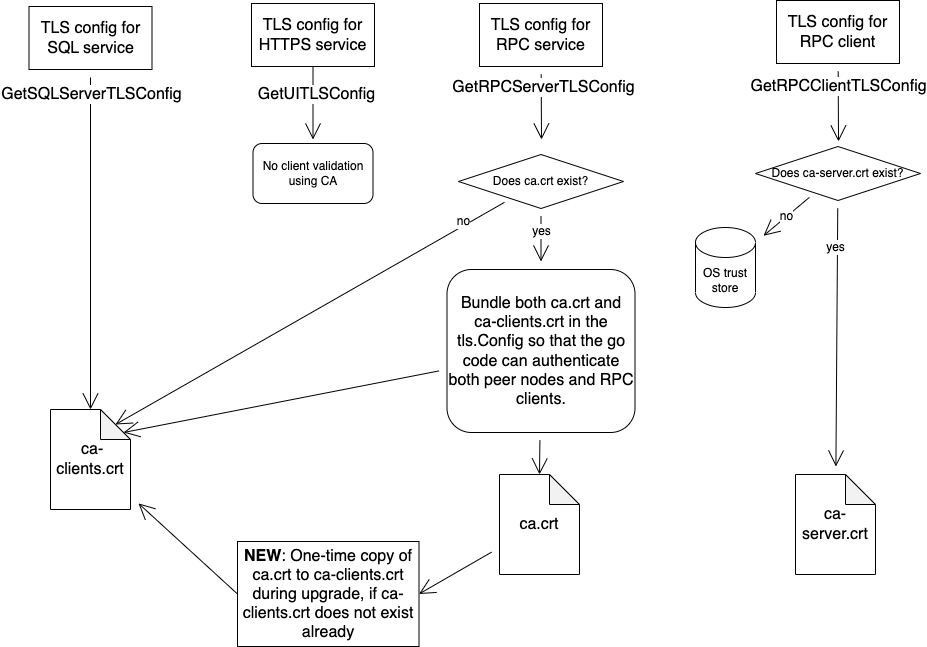
Above: docs/RFCS/20221124_split_tls/ca_certs.png in cockroachdb/cockroach (draw.io), before the change. Source tidied: cells renumbered, new cells last; positions are measured from the earlier drawing's top-left corner, leaving out a move shared by most shapes. Source of this version:
```xml
<mxGraphModel>
  <root>
    <mxCell id="0" />
    <mxCell id="1" parent="0" />
    <mxCell id="2" value="TLS config for SQL service" style="rounded=0;whiteSpace=wrap;html=1;fontSize=16;" parent="1" vertex="1">
      <mxGeometry x="0.5" y="6" width="123" height="63" as="geometry" />
    </mxCell>
    <mxCell id="3" value="&amp;nbsp;ca-clients.crt" style="shape=note;whiteSpace=wrap;html=1;backgroundOutline=1;darkOpacity=0.05;fontSize=16;" parent="1" vertex="1">
      <mxGeometry x="22" y="409" width="80" height="100" as="geometry" />
    </mxCell>
    <mxCell id="4" style="edgeStyle=none;jettySize=auto;html=1;rounded=0;fontSize=12;endArrow=open;startSize=14;endSize=14;sourcePerimeterSpacing=8;targetPerimeterSpacing=8;curved=1;entryX=0.5;entryY=0;entryDx=0;entryDy=0;entryPerimeter=0;" parent="1" edge="1" source="2" target="3">
      <mxGeometry relative="1" as="geometry" />
    </mxCell>
    <mxCell id="5" value="GetSQLServerTLSConfig" style="edgeLabel;html=1;align=center;verticalAlign=middle;fontSize=16;" parent="4" vertex="1">
      <mxGeometry x="-0.78" y="-1" relative="1" as="geometry">
        <mxPoint x="1" y="-20" as="offset" />
      </mxGeometry>
    </mxCell>
    <mxCell id="6" style="edgeStyle=none;curved=1;rounded=0;jettySize=auto;html=1;exitX=0.5;exitY=1;exitDx=0;exitDy=0;fontSize=12;endArrow=open;startSize=14;endSize=14;sourcePerimeterSpacing=8;targetPerimeterSpacing=8;" parent="1" edge="1" source="8">
      <mxGeometry relative="1" as="geometry">
        <mxPoint x="284.5" y="139" as="targetPoint" />
      </mxGeometry>
    </mxCell>
    <mxCell id="7" value="GetUITLSConfig" style="edgeLabel;html=1;align=center;verticalAlign=middle;fontSize=16;" parent="6" vertex="1">
      <mxGeometry x="-0.26" y="3" relative="1" as="geometry" />
    </mxCell>
    <mxCell id="8" value="TLS config for HTTPS service" style="rounded=0;whiteSpace=wrap;html=1;fontSize=16;" parent="1" vertex="1">
      <mxGeometry x="223" y="3" width="123" height="63" as="geometry" />
    </mxCell>
    <mxCell id="9" style="edgeStyle=none;curved=1;rounded=0;jettySize=auto;html=1;fontSize=12;endArrow=open;startSize=14;endSize=14;sourcePerimeterSpacing=8;targetPerimeterSpacing=8;" parent="1" edge="1" source="11">
      <mxGeometry relative="1" as="geometry">
        <mxPoint x="513" y="139" as="targetPoint" />
      </mxGeometry>
    </mxCell>
    <mxCell id="10" value="GetRPCServerTLSConfig" style="edgeLabel;html=1;align=center;verticalAlign=middle;fontSize=16;" parent="9" vertex="1">
      <mxGeometry x="-0.6" y="2" relative="1" as="geometry" />
    </mxCell>
    <mxCell id="11" value="TLS config for RPC service" style="rounded=0;whiteSpace=wrap;html=1;fontSize=16;" parent="1" vertex="1">
      <mxGeometry x="451" y="3" width="123" height="63" as="geometry" />
    </mxCell>
    <mxCell id="12" style="edgeStyle=none;curved=1;rounded=0;jettySize=auto;html=1;entryX=1;entryY=0.5;entryDx=0;entryDy=0;fontSize=12;endArrow=open;startSize=14;endSize=14;sourcePerimeterSpacing=8;targetPerimeterSpacing=8;" parent="1" edge="1" source="13" target="17">
      <mxGeometry relative="1" as="geometry" />
    </mxCell>
    <mxCell id="13" value="ca.crt" style="shape=note;whiteSpace=wrap;html=1;backgroundOutline=1;darkOpacity=0.05;fontSize=16;" parent="1" vertex="1">
      <mxGeometry x="471" y="474" width="80" height="100" as="geometry" />
    </mxCell>
    <mxCell id="14" style="edgeStyle=none;curved=1;rounded=0;jettySize=auto;html=1;entryX=0.913;entryY=0.23;entryDx=0;entryDy=0;entryPerimeter=0;fontSize=12;endArrow=open;startSize=14;endSize=14;sourcePerimeterSpacing=8;targetPerimeterSpacing=8;" parent="1" edge="1" source="15" target="3">
      <mxGeometry relative="1" as="geometry" />
    </mxCell>
    <mxCell id="15" value="Bundle both ca.crt and ca-clients.crt in the tls.Config so that the go code can authenticate both peer nodes and RPC clients." style="rounded=1;whiteSpace=wrap;html=1;fontSize=16;" parent="1" vertex="1">
      <mxGeometry x="418.5" y="269" width="188" height="163" as="geometry" />
    </mxCell>
    <mxCell id="16" style="edgeStyle=none;curved=1;rounded=0;jettySize=auto;html=1;fontSize=12;endArrow=open;startSize=14;endSize=14;sourcePerimeterSpacing=8;targetPerimeterSpacing=8;exitX=0;exitY=0.5;exitDx=0;exitDy=0;" parent="1" edge="1" source="17" target="3">
      <mxGeometry relative="1" as="geometry" />
    </mxCell>
    <mxCell id="17" value="&lt;b&gt;NEW&lt;/b&gt;: One-time copy of ca.crt to ca-clients.crt during upgrade, if ca-clients.crt does not exist already" style="rounded=0;whiteSpace=wrap;html=1;fontSize=16;" parent="1" vertex="1">
      <mxGeometry x="209" y="541" width="181.5" height="105" as="geometry" />
    </mxCell>
    <mxCell id="18" value="No client validation using CA" style="rounded=1;whiteSpace=wrap;html=1;" parent="1" vertex="1">
      <mxGeometry x="224.5" y="143" width="120" height="60" as="geometry" />
    </mxCell>
    <mxCell id="19" style="edgeStyle=none;shape=connector;curved=1;rounded=0;jettySize=auto;html=1;labelBackgroundColor=default;strokeColor=default;fontFamily=Helvetica;fontSize=12;fontColor=default;endArrow=open;startSize=14;endSize=14;sourcePerimeterSpacing=8;targetPerimeterSpacing=8;" parent="1" edge="1" source="21">
      <mxGeometry relative="1" as="geometry">
        <mxPoint x="810" y="141" as="targetPoint" />
      </mxGeometry>
    </mxCell>
    <mxCell id="20" value="&lt;span style=&quot;font-size: 16px;&quot;&gt;GetRPCClientTLSConfig&lt;/span&gt;" style="edgeLabel;html=1;align=center;verticalAlign=middle;fontSize=12;fontFamily=Helvetica;fontColor=default;" parent="19" vertex="1">
      <mxGeometry x="-0.86" y="1" relative="1" as="geometry">
        <mxPoint x="-1" y="10" as="offset" />
      </mxGeometry>
    </mxCell>
    <mxCell id="21" value="TLS config for RPC client" style="rounded=0;whiteSpace=wrap;html=1;fontSize=16;" parent="1" vertex="1">
      <mxGeometry x="748" width="123" height="63" as="geometry" />
    </mxCell>
    <mxCell id="22" value="ca-server.crt" style="shape=note;whiteSpace=wrap;html=1;backgroundOutline=1;darkOpacity=0.05;fontSize=16;" parent="1" vertex="1">
      <mxGeometry x="767" y="474" width="80" height="100" as="geometry" />
    </mxCell>
    <mxCell id="23" style="edgeStyle=none;shape=connector;curved=1;rounded=0;jettySize=auto;html=1;entryX=0.5;entryY=0;entryDx=0;entryDy=0;entryPerimeter=0;labelBackgroundColor=default;strokeColor=default;fontFamily=Helvetica;fontSize=12;fontColor=default;endArrow=open;startSize=14;endSize=14;sourcePerimeterSpacing=8;targetPerimeterSpacing=8;" parent="1" edge="1" source="15" target="13">
      <mxGeometry relative="1" as="geometry" />
    </mxCell>
    <mxCell id="24" value="yes" style="edgeStyle=none;shape=connector;curved=1;rounded=0;jettySize=auto;html=1;labelBackgroundColor=default;strokeColor=default;fontFamily=Helvetica;fontSize=12;fontColor=default;endArrow=open;startSize=14;endSize=14;sourcePerimeterSpacing=8;targetPerimeterSpacing=8;" parent="1" edge="1" source="27" target="15">
      <mxGeometry x="-0.33" relative="1" as="geometry" />
    </mxCell>
    <mxCell id="25" style="edgeStyle=none;shape=connector;curved=1;rounded=0;jettySize=auto;html=1;entryX=0;entryY=0;entryDx=65;entryDy=15;entryPerimeter=0;labelBackgroundColor=default;strokeColor=default;fontFamily=Helvetica;fontSize=12;fontColor=default;endArrow=open;startSize=14;endSize=14;sourcePerimeterSpacing=8;targetPerimeterSpacing=8;" parent="1" edge="1" source="27" target="3">
      <mxGeometry relative="1" as="geometry" />
    </mxCell>
    <mxCell id="26" value="no" style="edgeLabel;html=1;align=center;verticalAlign=middle;fontSize=12;fontFamily=Helvetica;fontColor=default;" parent="25" vertex="1">
      <mxGeometry x="-0.8" y="-4" relative="1" as="geometry" />
    </mxCell>
    <mxCell id="27" value="Does ca.crt exist?" style="rhombus;whiteSpace=wrap;html=1;fontFamily=Helvetica;fontSize=12;fontColor=default;" parent="1" vertex="1">
      <mxGeometry x="430" y="154" width="165" height="54" as="geometry" />
    </mxCell>
    <mxCell id="28" style="edgeStyle=none;shape=connector;curved=1;rounded=0;jettySize=auto;html=1;labelBackgroundColor=default;strokeColor=default;fontFamily=Helvetica;fontSize=12;fontColor=default;endArrow=open;startSize=14;endSize=14;sourcePerimeterSpacing=8;targetPerimeterSpacing=8;" parent="1" edge="1" source="31" target="22">
      <mxGeometry relative="1" as="geometry" />
    </mxCell>
    <mxCell id="29" value="yes" style="edgeLabel;html=1;align=center;verticalAlign=middle;fontSize=12;fontFamily=Helvetica;fontColor=default;" parent="28" vertex="1">
      <mxGeometry x="-0.7" y="-2" relative="1" as="geometry" />
    </mxCell>
    <mxCell id="30" value="no" style="edgeStyle=none;shape=connector;curved=1;rounded=0;jettySize=auto;html=1;labelBackgroundColor=default;strokeColor=default;fontFamily=Helvetica;fontSize=12;fontColor=default;endArrow=open;startSize=14;endSize=14;sourcePerimeterSpacing=8;targetPerimeterSpacing=8;" parent="1" edge="1" source="31" target="32">
      <mxGeometry relative="1" as="geometry" />
    </mxCell>
    <mxCell id="31" value="Does ca-server.crt exist?" style="rhombus;whiteSpace=wrap;html=1;fontFamily=Helvetica;fontSize=12;fontColor=default;" parent="1" vertex="1">
      <mxGeometry x="727" y="146" width="165" height="54" as="geometry" />
    </mxCell>
    <mxCell id="32" value="OS trust store" style="shape=cylinder3;whiteSpace=wrap;html=1;boundedLbl=1;backgroundOutline=1;size=15;fontFamily=Helvetica;fontSize=12;fontColor=default;" parent="1" vertex="1">
      <mxGeometry x="667" y="227" width="60" height="80" as="geometry" />
    </mxCell>
  </root>
</mxGraphModel>
```
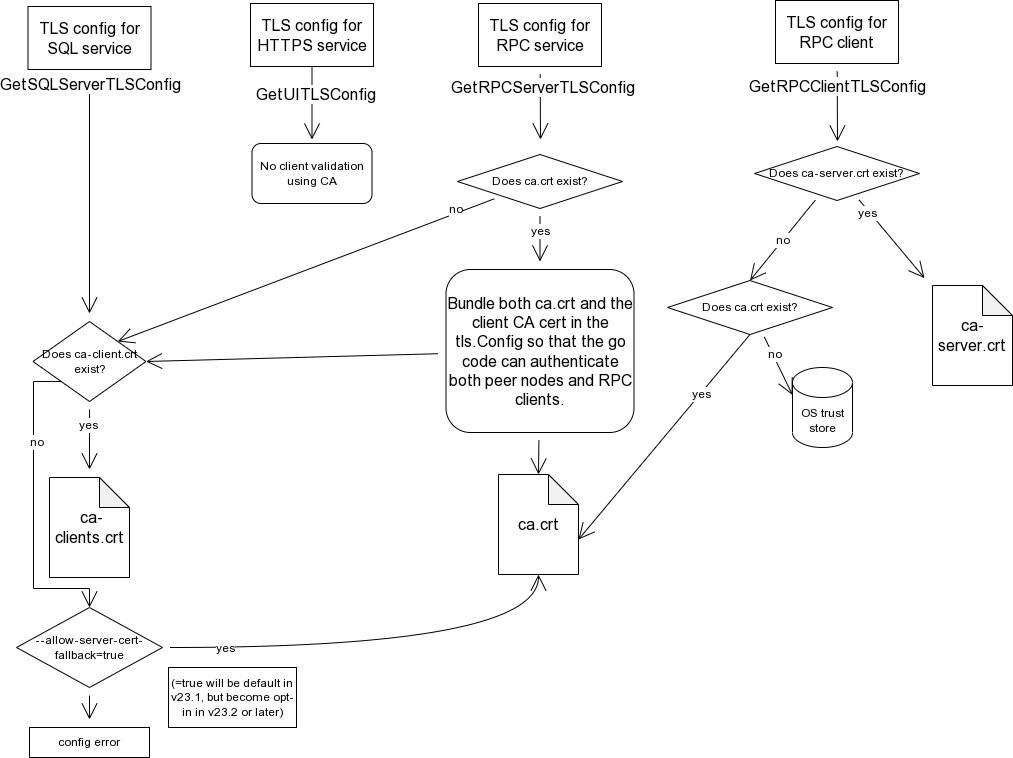
After the commit.

What changed in the source:
```diff
@@ -6,9 +6,9 @@
       <mxGeometry x="0.5" y="6" width="123" height="63" as="geometry" />
     </mxCell>
     <mxCell id="3" value="&amp;nbsp;ca-clients.crt" style="shape=note;whiteSpace=wrap;html=1;backgroundOutline=1;darkOpacity=0.05;fontSize=16;" parent="1" vertex="1">
-      <mxGeometry x="22" y="409" width="80" height="100" as="geometry" />
+      <mxGeometry x="22" y="477" width="80" height="100" as="geometry" />
     </mxCell>
-    <mxCell id="4" style="edgeStyle=none;jettySize=auto;html=1;rounded=0;fontSize=12;endArrow=open;startSize=14;endSize=14;sourcePerimeterSpacing=8;targetPerimeterSpacing=8;curved=1;entryX=0.5;entryY=0;entryDx=0;entryDy=0;entryPerimeter=0;" parent="1" edge="1" source="2" target="3">
+    <mxCell id="4" style="edgeStyle=none;jettySize=auto;html=1;rounded=0;fontSize=12;endArrow=open;startSize=14;endSize=14;sourcePerimeterSpacing=8;targetPerimeterSpacing=8;curved=1;" parent="1" edge="1" source="2" target="37">
       <mxGeometry relative="1" as="geometry" />
     </mxCell>
     <mxCell id="5" value="GetSQLServerTLSConfig" style="edgeLabel;html=1;align=center;verticalAlign=middle;fontSize=16;" parent="4" vertex="1">
@@ -38,24 +38,15 @@
     <mxCell id="11" value="TLS config for RPC service" style="rounded=0;whiteSpace=wrap;html=1;fontSize=16;" parent="1" vertex="1">
       <mxGeometry x="451" y="3" width="123" height="63" as="geometry" />
     </mxCell>
-    <mxCell id="12" style="edgeStyle=none;curved=1;rounded=0;jettySize=auto;html=1;entryX=1;entryY=0.5;entryDx=0;entryDy=0;fontSize=12;endArrow=open;startSize=14;endSize=14;sourcePerimeterSpacing=8;targetPerimeterSpacing=8;" parent="1" edge="1" source="13" target="17">
-      <mxGeometry relative="1" as="geometry" />
-    </mxCell>
     <mxCell id="13" value="ca.crt" style="shape=note;whiteSpace=wrap;html=1;backgroundOutline=1;darkOpacity=0.05;fontSize=16;" parent="1" vertex="1">
       <mxGeometry x="471" y="474" width="80" height="100" as="geometry" />
     </mxCell>
-    <mxCell id="14" style="edgeStyle=none;curved=1;rounded=0;jettySize=auto;html=1;entryX=0.913;entryY=0.23;entryDx=0;entryDy=0;entryPerimeter=0;fontSize=12;endArrow=open;startSize=14;endSize=14;sourcePerimeterSpacing=8;targetPerimeterSpacing=8;" parent="1" edge="1" source="15" target="3">
+    <mxCell id="14" style="edgeStyle=none;curved=1;rounded=0;jettySize=auto;html=1;fontSize=12;endArrow=open;startSize=14;endSize=14;sourcePerimeterSpacing=8;targetPerimeterSpacing=8;entryX=1;entryY=0.5;entryDx=0;entryDy=0;" parent="1" edge="1" source="15" target="37">
       <mxGeometry relative="1" as="geometry" />
     </mxCell>
-    <mxCell id="15" value="Bundle both ca.crt and ca-clients.crt in the tls.Config so that the go code can authenticate both peer nodes and RPC clients." style="rounded=1;whiteSpace=wrap;html=1;fontSize=16;" parent="1" vertex="1">
+    <mxCell id="15" value="Bundle both ca.crt and the client CA cert in the tls.Config so that the go code can authenticate both peer nodes and RPC clients." style="rounded=1;whiteSpace=wrap;html=1;fontSize=16;" parent="1" vertex="1">
       <mxGeometry x="418.5" y="269" width="188" height="163" as="geometry" />
     </mxCell>
-    <mxCell id="16" style="edgeStyle=none;curved=1;rounded=0;jettySize=auto;html=1;fontSize=12;endArrow=open;startSize=14;endSize=14;sourcePerimeterSpacing=8;targetPerimeterSpacing=8;exitX=0;exitY=0.5;exitDx=0;exitDy=0;" parent="1" edge="1" source="17" target="3">
-      <mxGeometry relative="1" as="geometry" />
-    </mxCell>
-    <mxCell id="17" value="&lt;b&gt;NEW&lt;/b&gt;: One-time copy of ca.crt to ca-clients.crt during upgrade, if ca-clients.crt does not exist already" style="rounded=0;whiteSpace=wrap;html=1;fontSize=16;" parent="1" vertex="1">
-      <mxGeometry x="209" y="541" width="181.5" height="105" as="geometry" />
-    </mxCell>
     <mxCell id="18" value="No client validation using CA" style="rounded=1;whiteSpace=wrap;html=1;" parent="1" vertex="1">
       <mxGeometry x="224.5" y="143" width="120" height="60" as="geometry" />
     </mxCell>
@@ -73,7 +64,7 @@
       <mxGeometry x="748" width="123" height="63" as="geometry" />
     </mxCell>
     <mxCell id="22" value="ca-server.crt" style="shape=note;whiteSpace=wrap;html=1;backgroundOutline=1;darkOpacity=0.05;fontSize=16;" parent="1" vertex="1">
-      <mxGeometry x="767" y="474" width="80" height="100" as="geometry" />
+      <mxGeometry x="905" y="285" width="80" height="100" as="geometry" />
     </mxCell>
     <mxCell id="23" style="edgeStyle=none;shape=connector;curved=1;rounded=0;jettySize=auto;html=1;entryX=0.5;entryY=0;entryDx=0;entryDy=0;entryPerimeter=0;labelBackgroundColor=default;strokeColor=default;fontFamily=Helvetica;fontSize=12;fontColor=default;endArrow=open;startSize=14;endSize=14;sourcePerimeterSpacing=8;targetPerimeterSpacing=8;" parent="1" edge="1" source="15" target="13">
       <mxGeometry relative="1" as="geometry" />
@@ -81,7 +72,7 @@
     <mxCell id="24" value="yes" style="edgeStyle=none;shape=connector;curved=1;rounded=0;jettySize=auto;html=1;labelBackgroundColor=default;strokeColor=default;fontFamily=Helvetica;fontSize=12;fontColor=default;endArrow=open;startSize=14;endSize=14;sourcePerimeterSpacing=8;targetPerimeterSpacing=8;" parent="1" edge="1" source="27" target="15">
       <mxGeometry x="-0.33" relative="1" as="geometry" />
     </mxCell>
-    <mxCell id="25" style="edgeStyle=none;shape=connector;curved=1;rounded=0;jettySize=auto;html=1;entryX=0;entryY=0;entryDx=65;entryDy=15;entryPerimeter=0;labelBackgroundColor=default;strokeColor=default;fontFamily=Helvetica;fontSize=12;fontColor=default;endArrow=open;startSize=14;endSize=14;sourcePerimeterSpacing=8;targetPerimeterSpacing=8;" parent="1" edge="1" source="27" target="3">
+    <mxCell id="25" style="edgeStyle=none;shape=connector;curved=1;rounded=0;jettySize=auto;html=1;labelBackgroundColor=default;strokeColor=default;fontFamily=Helvetica;fontSize=12;fontColor=default;endArrow=open;startSize=14;endSize=14;sourcePerimeterSpacing=8;targetPerimeterSpacing=8;entryX=1;entryY=0;entryDx=0;entryDy=0;" parent="1" edge="1" source="27" target="37">
       <mxGeometry relative="1" as="geometry" />
     </mxCell>
     <mxCell id="26" value="no" style="edgeLabel;html=1;align=center;verticalAlign=middle;fontSize=12;fontFamily=Helvetica;fontColor=default;" parent="25" vertex="1">
@@ -96,14 +87,68 @@
     <mxCell id="29" value="yes" style="edgeLabel;html=1;align=center;verticalAlign=middle;fontSize=12;fontFamily=Helvetica;fontColor=default;" parent="28" vertex="1">
       <mxGeometry x="-0.7" y="-2" relative="1" as="geometry" />
     </mxCell>
-    <mxCell id="30" value="no" style="edgeStyle=none;shape=connector;curved=1;rounded=0;jettySize=auto;html=1;labelBackgroundColor=default;strokeColor=default;fontFamily=Helvetica;fontSize=12;fontColor=default;endArrow=open;startSize=14;endSize=14;sourcePerimeterSpacing=8;targetPerimeterSpacing=8;" parent="1" edge="1" source="31" target="32">
+    <mxCell id="30" value="no" style="edgeStyle=none;shape=connector;curved=1;rounded=0;jettySize=auto;html=1;labelBackgroundColor=default;strokeColor=default;fontFamily=Helvetica;fontSize=12;fontColor=default;endArrow=open;startSize=14;endSize=14;sourcePerimeterSpacing=8;targetPerimeterSpacing=8;entryX=0.5;entryY=0;entryDx=0;entryDy=0;" parent="1" edge="1" source="31" target="48">
       <mxGeometry relative="1" as="geometry" />
     </mxCell>
     <mxCell id="31" value="Does ca-server.crt exist?" style="rhombus;whiteSpace=wrap;html=1;fontFamily=Helvetica;fontSize=12;fontColor=default;" parent="1" vertex="1">
       <mxGeometry x="727" y="146" width="165" height="54" as="geometry" />
     </mxCell>
     <mxCell id="32" value="OS trust store" style="shape=cylinder3;whiteSpace=wrap;html=1;boundedLbl=1;backgroundOutline=1;size=15;fontFamily=Helvetica;fontSize=12;fontColor=default;" parent="1" vertex="1">
-      <mxGeometry x="667" y="227" width="60" height="80" as="geometry" />
+      <mxGeometry x="765" y="367" width="60" height="80" as="geometry" />
     </mxCell>
+    <mxCell id="33" style="edgeStyle=none;shape=connector;curved=1;rounded=0;jettySize=auto;html=1;labelBackgroundColor=default;strokeColor=default;fontFamily=Helvetica;fontSize=12;fontColor=default;endArrow=open;startSize=14;endSize=14;sourcePerimeterSpacing=8;targetPerimeterSpacing=8;" parent="1" edge="1" source="37" target="3">
+      <mxGeometry relative="1" as="geometry" />
+    </mxCell>
+    <mxCell id="34" value="yes" style="edgeLabel;html=1;align=center;verticalAlign=middle;fontSize=12;fontFamily=Helvetica;fontColor=default;" parent="33" vertex="1">
+      <mxGeometry x="-0.49" y="-2" relative="1" as="geometry" />
+    </mxCell>
+    <mxCell id="35" style="edgeStyle=orthogonalEdgeStyle;shape=connector;rounded=0;jettySize=auto;html=1;labelBackgroundColor=default;strokeColor=default;fontFamily=Helvetica;fontSize=12;fontColor=default;endArrow=open;startSize=14;endSize=14;sourcePerimeterSpacing=8;targetPerimeterSpacing=8;entryX=0.5;entryY=0;entryDx=0;entryDy=0;exitX=0;exitY=1;exitDx=0;exitDy=0;" parent="1" edge="1" source="37" target="41">
+      <mxGeometry relative="1" as="geometry">
+        <Array as="points">
+          <mxPoint x="6" y="381" />
+          <mxPoint x="6" y="588" />
+          <mxPoint x="62" y="588" />
+        </Array>
+      </mxGeometry>
+    </mxCell>
+    <mxCell id="36" value="no" style="edgeLabel;html=1;align=center;verticalAlign=middle;fontSize=12;fontFamily=Helvetica;fontColor=default;" parent="35" vertex="1">
+      <mxGeometry x="-0.43" y="2" relative="1" as="geometry" />
+    </mxCell>
+    <mxCell id="37" value="Does ca-client.crt exist?" style="rhombus;whiteSpace=wrap;html=1;" parent="1" vertex="1">
+      <mxGeometry x="5.5" y="321" width="113" height="80" as="geometry" />
+    </mxCell>
+    <mxCell id="38" style="edgeStyle=orthogonalEdgeStyle;shape=connector;curved=1;rounded=0;jettySize=auto;html=1;entryX=0.5;entryY=1;entryDx=0;entryDy=0;entryPerimeter=0;labelBackgroundColor=default;strokeColor=default;fontFamily=Helvetica;fontSize=12;fontColor=default;endArrow=open;startSize=14;endSize=14;sourcePerimeterSpacing=8;targetPerimeterSpacing=8;" parent="1" edge="1" source="41" target="13">
+      <mxGeometry relative="1" as="geometry" />
+    </mxCell>
+    <mxCell id="39" value="yes" style="edgeLabel;html=1;align=center;verticalAlign=middle;fontSize=12;fontFamily=Helvetica;fontColor=default;" parent="38" vertex="1">
+      <mxGeometry x="-0.76" relative="1" as="geometry" />
+    </mxCell>
+    <mxCell id="40" style="edgeStyle=orthogonalEdgeStyle;shape=connector;curved=1;rounded=0;jettySize=auto;html=1;labelBackgroundColor=default;strokeColor=default;fontFamily=Helvetica;fontSize=12;fontColor=default;endArrow=open;startSize=14;endSize=14;sourcePerimeterSpacing=8;targetPerimeterSpacing=8;" parent="1" edge="1" source="41" target="42">
+      <mxGeometry relative="1" as="geometry" />
+    </mxCell>
+    <mxCell id="41" value="--allow-server-cert-fallback=true" style="rhombus;whiteSpace=wrap;html=1;" parent="1" vertex="1">
+      <mxGeometry x="-11" y="607" width="146" height="80" as="geometry" />
+    </mxCell>
+    <mxCell id="42" value="config error" style="whiteSpace=wrap;html=1;" parent="1" vertex="1">
+      <mxGeometry x="2" y="727" width="120" height="30" as="geometry" />
+    </mxCell>
+    <mxCell id="43" value="(=true will be default in v23.1, but become opt-in in v23.2 or later)" style="rounded=0;whiteSpace=wrap;html=1;fontFamily=Helvetica;fontSize=12;fontColor=default;" parent="1" vertex="1">
+      <mxGeometry x="141" y="667" width="128" height="60" as="geometry" />
+    </mxCell>
+    <mxCell id="44" style="shape=connector;rounded=0;jettySize=auto;html=1;entryX=0;entryY=0;entryDx=80;entryDy=65;entryPerimeter=0;labelBackgroundColor=default;strokeColor=default;fontFamily=Helvetica;fontSize=12;fontColor=default;endArrow=open;startSize=14;endSize=14;sourcePerimeterSpacing=8;targetPerimeterSpacing=8;exitX=0.5;exitY=1;exitDx=0;exitDy=0;" parent="1" edge="1" source="48" target="13">
+      <mxGeometry relative="1" as="geometry" />
+    </mxCell>
+    <mxCell id="45" value="yes" style="edgeLabel;html=1;align=center;verticalAlign=middle;fontSize=12;fontFamily=Helvetica;fontColor=default;" parent="44" vertex="1">
+      <mxGeometry x="-0.43" relative="1" as="geometry" />
+    </mxCell>
+    <mxCell id="46" style="shape=connector;rounded=0;jettySize=auto;html=1;entryX=0;entryY=0;entryDx=0;entryDy=27.5;entryPerimeter=0;labelBackgroundColor=default;strokeColor=default;fontFamily=Helvetica;fontSize=12;fontColor=default;endArrow=open;startSize=14;endSize=14;sourcePerimeterSpacing=8;targetPerimeterSpacing=8;" parent="1" edge="1" source="48" target="32">
+      <mxGeometry relative="1" as="geometry" />
+    </mxCell>
+    <mxCell id="47" value="no" style="edgeLabel;html=1;align=center;verticalAlign=middle;fontSize=12;fontFamily=Helvetica;fontColor=default;" parent="46" vertex="1">
+      <mxGeometry x="-0.4" y="1" relative="1" as="geometry" />
+    </mxCell>
+    <mxCell id="48" value="Does ca.crt exist?" style="rhombus;whiteSpace=wrap;html=1;fontFamily=Helvetica;fontSize=12;fontColor=default;" parent="1" vertex="1">
+      <mxGeometry x="640" y="280" width="165" height="54" as="geometry" />
+    </mxCell>
   </root>
 </mxGraphModel>
```
